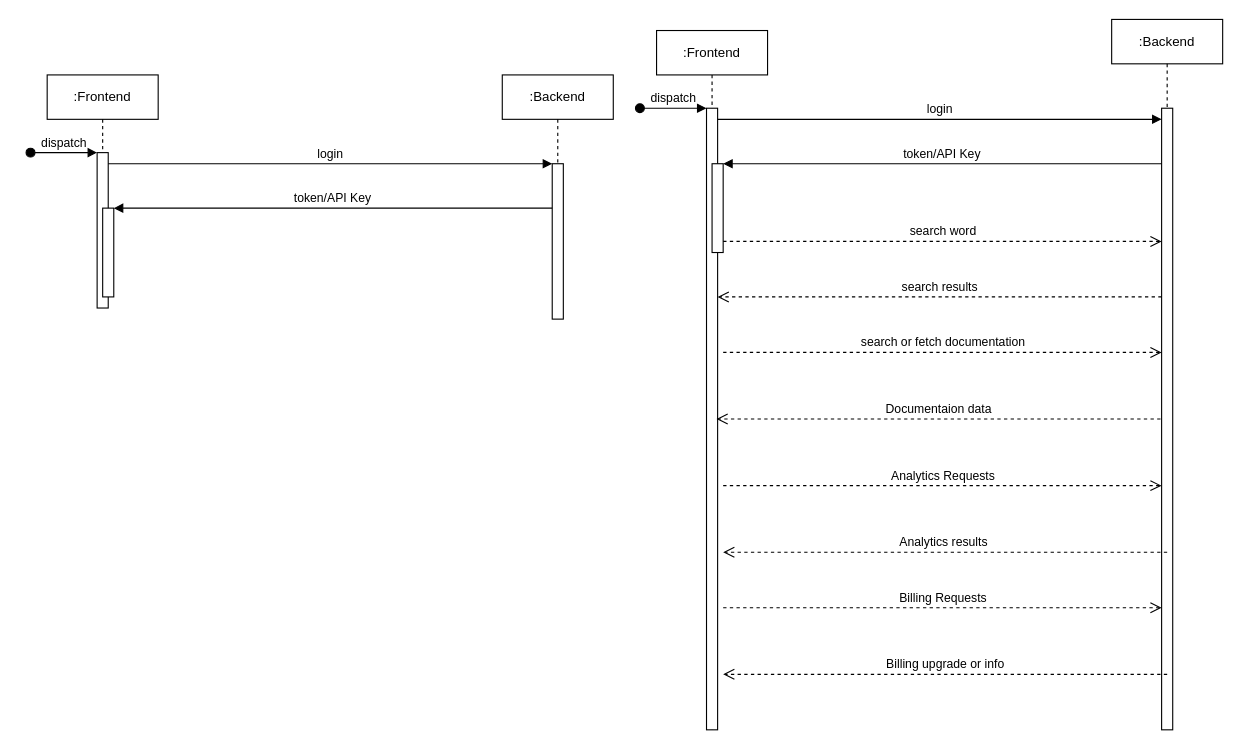
Before: public/Untitled Diagram.drawio in davydocsurg/onemart, a draw.io diagram. Source tidied: cells renumbered, new cells numbered last; positions are measured from the earlier drawing's top-left corner, leaving out a move shared by most shapes. Both pictures are drawn from the tidied source at 111%, with x=0, y=0 at pixel (30, 19).
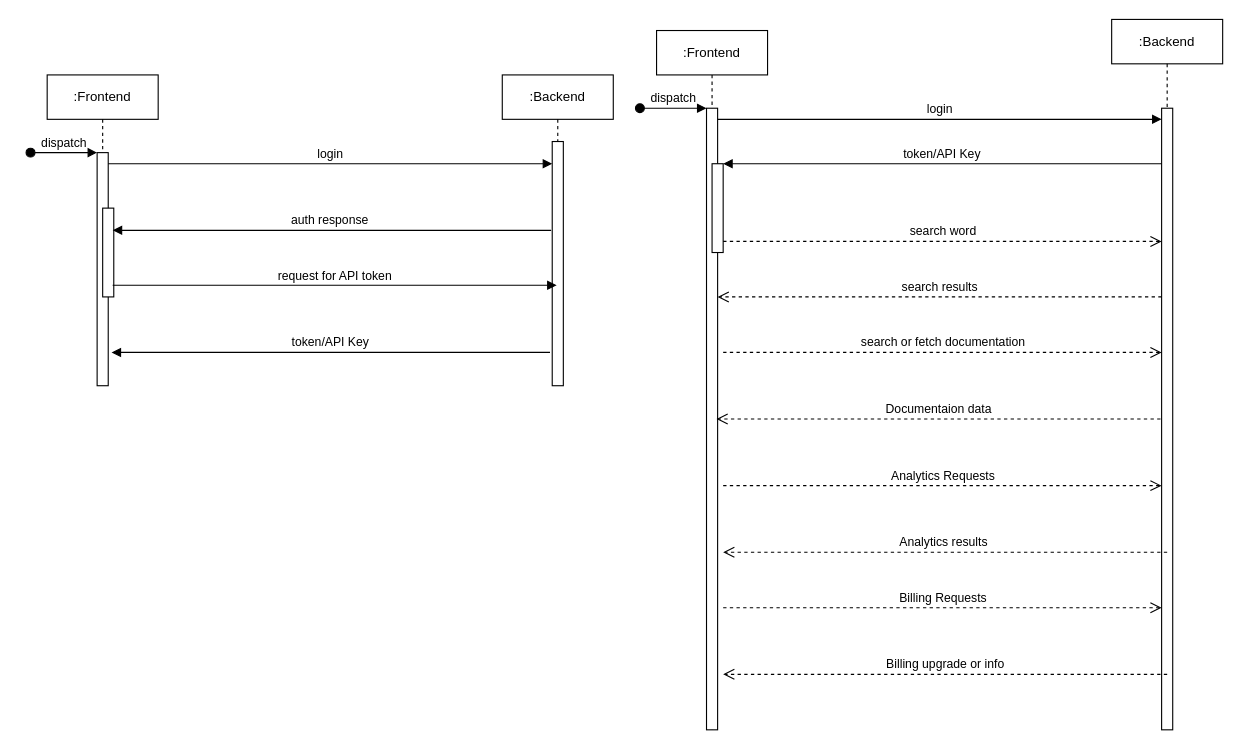
The same diagram, later.

Commit message:
Update sequence diagram

Unchanged cells that the change refers to:
```xml
<mxCell id="5" style="html=1;points=[];perimeter=orthogonalPerimeter;outlineConnect=0;targetShapes=umlLifeline;portConstraint=eastwest;newEdgeStyle={&quot;edgeStyle&quot;:&quot;elbowEdgeStyle&quot;,&quot;elbow&quot;:&quot;vertical&quot;,&quot;curved&quot;:0,&quot;rounded&quot;:0};" parent="2" vertex="1">
  <mxGeometry x="50" y="120" width="10" height="80" as="geometry" />
</mxCell>
```

The edit, as a diff of the source:
```diff
@@
     <mxCell id="2" value=":Frontend" style="shape=umlLifeline;perimeter=lifelinePerimeter;whiteSpace=wrap;html=1;newEdgeStyle={&quot;edgeStyle&quot;:&quot;elbowEdgeStyle&quot;,&quot;elbow&quot;:&quot;vertical&quot;,&quot;curved&quot;:0,&quot;rounded&quot;:0};" parent="1" vertex="1">
-      <mxGeometry x="15" y="50" width="100" height="210" as="geometry" />
+      <mxGeometry x="15" y="50" width="100" height="280" as="geometry" />
     </mxCell>
     <mxCell id="3" style="html=1;points=[];perimeter=orthogonalPerimeter;outlineConnect=0;targetShapes=umlLifeline;portConstraint=eastwest;newEdgeStyle={&quot;edgeStyle&quot;:&quot;elbowEdgeStyle&quot;,&quot;elbow&quot;:&quot;vertical&quot;,&quot;curved&quot;:0,&quot;rounded&quot;:0};" parent="2" vertex="1">
-      <mxGeometry x="45" y="70" width="10" height="140" as="geometry" />
+      <mxGeometry x="45" y="70" width="10" height="210" as="geometry" />
     </mxCell>
@@
     <mxCell id="6" value=":Backend" style="shape=umlLifeline;perimeter=lifelinePerimeter;whiteSpace=wrap;html=1;newEdgeStyle={&quot;edgeStyle&quot;:&quot;elbowEdgeStyle&quot;,&quot;elbow&quot;:&quot;vertical&quot;,&quot;curved&quot;:0,&quot;rounded&quot;:0};" parent="1" vertex="1">
-      <mxGeometry x="425" y="50" width="100" height="210" as="geometry" />
+      <mxGeometry x="425" y="50" width="100" height="280" as="geometry" />
     </mxCell>
     <mxCell id="7" style="html=1;points=[];perimeter=orthogonalPerimeter;outlineConnect=0;targetShapes=umlLifeline;portConstraint=eastwest;newEdgeStyle={&quot;edgeStyle&quot;:&quot;elbowEdgeStyle&quot;,&quot;elbow&quot;:&quot;vertical&quot;,&quot;curved&quot;:0,&quot;rounded&quot;:0};" parent="6" vertex="1">
-      <mxGeometry x="45" y="80" width="10" height="140" as="geometry" />
+      <mxGeometry x="45" y="60" width="10" height="220" as="geometry" />
     </mxCell>
@@
-    <mxCell id="9" value="token/API Key" style="html=1;verticalAlign=bottom;endArrow=block;edgeStyle=elbowEdgeStyle;elbow=horizontal;curved=0;rounded=0;" parent="1" edge="1" source="7" target="5">
+    <mxCell id="9" value="token/API Key" style="html=1;verticalAlign=bottom;endArrow=block;edgeStyle=elbowEdgeStyle;elbow=horizontal;curved=0;rounded=0;" parent="1" edge="1">
       <mxGeometry relative="1" as="geometry">
+        <mxPoint x="468" y="300" as="sourcePoint" />
+        <mxPoint x="73" y="300" as="targetPoint" />
         <Array as="points">
-          <mxPoint x="165" y="170" />
+          <mxPoint x="192" y="300" />
+          <mxPoint x="302" y="290" />
+          <mxPoint x="262" y="250" />
+          <mxPoint x="163" y="220" />
         </Array>
       </mxGeometry>
     </mxCell>
@@
+    <mxCell id="26" value="auth response&amp;nbsp;" style="html=1;verticalAlign=bottom;endArrow=block;edgeStyle=elbowEdgeStyle;elbow=horizontal;curved=0;rounded=0;" parent="1" edge="1">
+      <mxGeometry relative="1" as="geometry">
+        <mxPoint x="469" y="190" as="sourcePoint" />
+        <mxPoint x="74" y="190" as="targetPoint" />
+        <Array as="points">
+          <mxPoint x="164" y="190" />
+        </Array>
+      </mxGeometry>
+    </mxCell>
+    <mxCell id="27" value="request for API token" style="html=1;verticalAlign=bottom;endArrow=block;edgeStyle=elbowEdgeStyle;elbow=vertical;curved=0;rounded=0;" parent="1" edge="1">
+      <mxGeometry relative="1" as="geometry">
+        <mxPoint x="74" y="239.5" as="sourcePoint" />
+        <mxPoint x="474" y="239.5" as="targetPoint" />
+        <Array as="points">
+          <mxPoint x="159" y="239.5" />
+        </Array>
+      </mxGeometry>
+    </mxCell>
```
